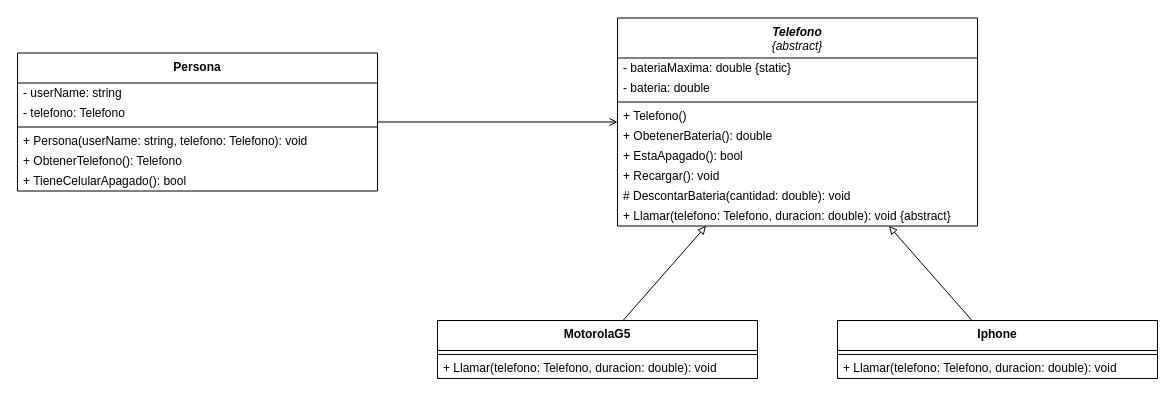
Above: src/Herencia/Herencia03_celulares/Herencia03_CS.dio in gastonjavierricchiardi/ejercicios-csharp-utn-2026 (draw.io), before the change. Source tidied: cells renumbered, new cells numbered last; positions are measured from the earlier drawing's top-left corner, leaving out a move shared by most shapes. Both pictures are drawn from the tidied source at 100%, with x=0, y=0 at pixel (17, 18).
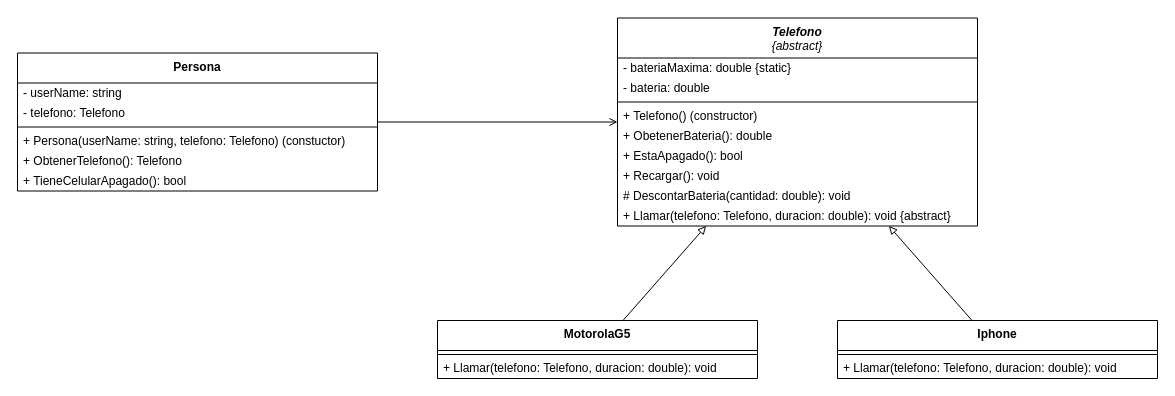
The same diagram, later.

Unchanged cells that the change refers to:
```xml
<mxCell id="2" value="&lt;i&gt;&lt;b&gt;Telefono&lt;/b&gt;&lt;br&gt;{abstract}&lt;/i&gt;" style="swimlane;fontStyle=0;align=center;verticalAlign=top;horizontal=1;startSize=40;html=1;whiteSpace=wrap;" parent="1" vertex="1">
  <mxGeometry x="600" y="-0.5" width="360" height="208" as="geometry" />
</mxCell>
<mxCell id="13" value="&lt;b&gt;Persona&lt;/b&gt;" style="swimlane;fontStyle=0;align=center;verticalAlign=top;horizontal=1;startSize=30;html=1;whiteSpace=wrap;" parent="1" vertex="1">
  <mxGeometry y="34.5" width="360" height="138" as="geometry" />
</mxCell>
```

Change to the diagram source:
```diff
@@
-    <mxCell id="6" value="+ Telefono()" style="text;html=1;strokeColor=none;fillColor=none;align=left;verticalAlign=middle;spacingLeft=4;spacingRight=4;overflow=hidden;whiteSpace=wrap;" parent="2" vertex="1">
+    <mxCell id="6" value="+ Telefono() (constructor)" style="text;html=1;strokeColor=none;fillColor=none;align=left;verticalAlign=middle;spacingLeft=4;spacingRight=4;overflow=hidden;whiteSpace=wrap;" parent="2" vertex="1">
       <mxGeometry y="88" width="360" height="20" as="geometry" />
     </mxCell>
@@
-    <mxCell id="17" value="+ Persona(userName: string, telefono: Telefono): void" style="text;html=1;strokeColor=none;fillColor=none;align=left;verticalAlign=middle;spacingLeft=4;spacingRight=4;overflow=hidden;whiteSpace=wrap;" parent="13" vertex="1">
+    <mxCell id="17" value="+ Persona(userName: string, telefono: Telefono) (constuctor)" style="text;html=1;strokeColor=none;fillColor=none;align=left;verticalAlign=middle;spacingLeft=4;spacingRight=4;overflow=hidden;whiteSpace=wrap;" parent="13" vertex="1">
       <mxGeometry y="78" width="360" height="20" as="geometry" />
     </mxCell>
```
